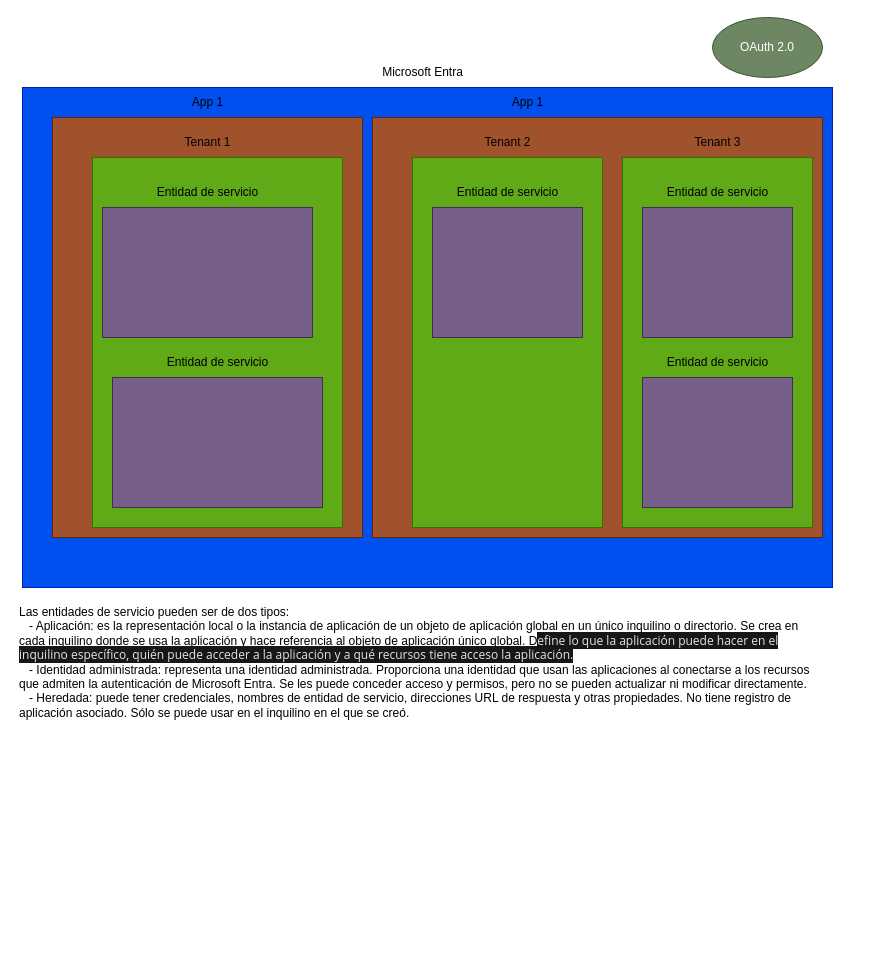
Above: Azure/MicrosoftEntra.drawio in CousiGoico/GraphsAndNotes (draw.io), before the change. Source tidied: cells renumbered, new cells numbered last; positions are measured from the earlier drawing's top-left corner, leaving out a move shared by most shapes. Both pictures are drawn from the tidied source at 100%, with x=0, y=0 at pixel (17, 17).
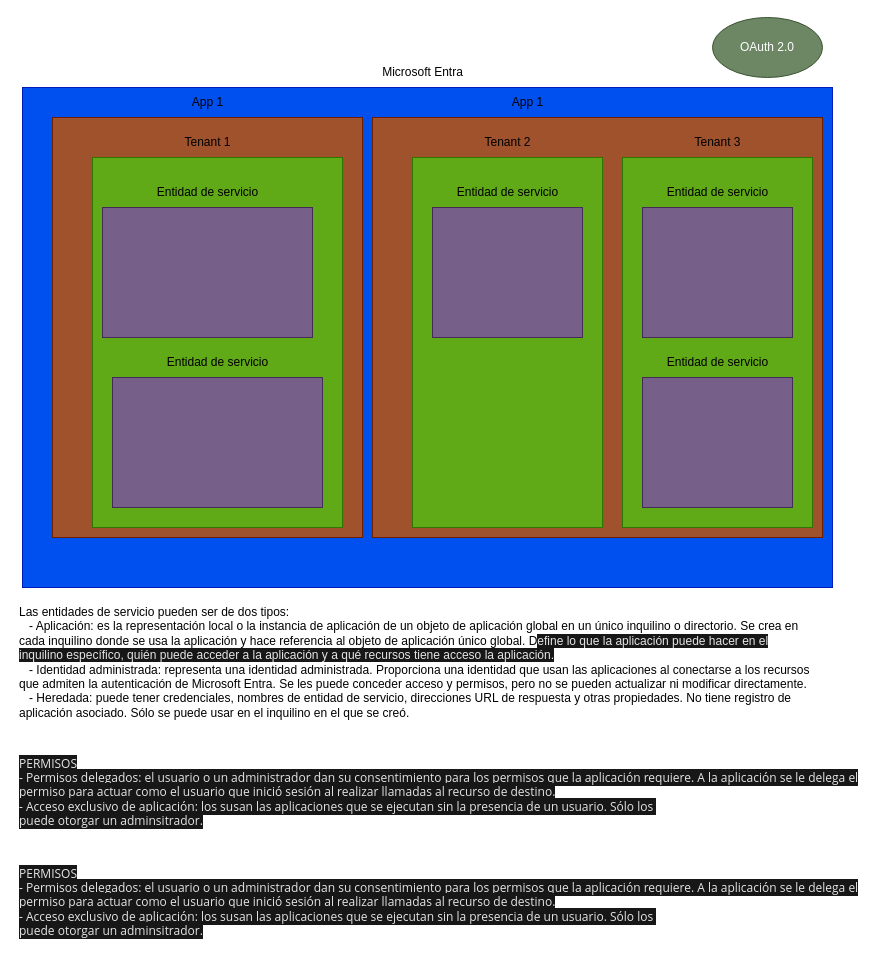
After the change.

What changed in the source:
```diff
@@
-    <mxCell id="4" value="Las entidades de servicio pueden ser de dos tipos:&amp;nbsp;&lt;br&gt;&lt;span style=&quot;background-color: initial;&quot;&gt;&amp;nbsp; &amp;nbsp;- Aplicación: es la representación local o la instancia de aplicación de un objeto de aplicación global en un único inquilino o directorio. Se crea en&amp;nbsp;&lt;/span&gt;&lt;br&gt;&lt;span style=&quot;background-color: initial;&quot;&gt;&lt;span style=&quot;&quot;&gt;cada inquilino donde se usa la aplicación y hace referencia al objeto de aplicación único globa&lt;/span&gt;&lt;font style=&quot;font-size: 12px;&quot;&gt;l. D&lt;/font&gt;&lt;/span&gt;&lt;span style=&quot;color: rgb(230, 230, 230); font-family: &amp;quot;Segoe UI&amp;quot;, SegoeUI, &amp;quot;Helvetica Neue&amp;quot;, Helvetica, Arial, sans-serif; background-color: rgb(23, 23, 23);&quot;&gt;&lt;font style=&quot;font-size: 12px;&quot;&gt;efine lo que la aplicación&amp;nbsp;puede hacer en&amp;nbsp;el &lt;br&gt;inquilino específico, quién puede acceder a la aplicación y a qué recursos tiene acceso la aplicación.&lt;/font&gt;&lt;/span&gt;&lt;br&gt;&lt;span style=&quot;background-color: initial;&quot;&gt;&amp;nbsp; &amp;nbsp;- Identidad administrada: representa una identidad administrada. Proporciona una identidad que usan las aplicaciones al conectarse a los recursos &lt;br&gt;que admiten la autenticación de Microsoft Entra. Se les puede conceder acceso y permisos, pero no se pueden actualizar ni modificar directamente.&lt;/span&gt;&lt;br&gt;&lt;span style=&quot;background-color: initial;&quot;&gt;&amp;nbsp; &amp;nbsp;- Heredada: puede tener credenciales, nombres de entidad de servicio, direcciones URL de respuesta y otras propiedades. No tiene registro de&amp;nbsp;&lt;br&gt;aplicación asociado. Sólo se puede usar en el inquilino en el que se creó.&lt;br&gt;&lt;/span&gt;" style="text;html=1;align=left;verticalAlign=middle;strokeColor=none;fillColor=none;" parent="1" vertex="1">
+    <mxCell id="4" value="Las entidades de servicio pueden ser de dos tipos:&amp;nbsp;&lt;br&gt;&lt;span style=&quot;background-color: initial;&quot;&gt;&amp;nbsp; &amp;nbsp;- Aplicación: es la representación local o la instancia de aplicación de un objeto de aplicación global en un único inquilino o directorio. Se crea en&amp;nbsp;&lt;/span&gt;&lt;br&gt;&lt;span style=&quot;background-color: initial;&quot;&gt;&lt;span style=&quot;&quot;&gt;cada inquilino donde se usa la aplicación y hace referencia al objeto de aplicación único globa&lt;/span&gt;&lt;font style=&quot;font-size: 12px;&quot;&gt;l. D&lt;/font&gt;&lt;/span&gt;&lt;span style=&quot;color: rgb(230, 230, 230); background-color: rgb(23, 23, 23);&quot;&gt;&lt;font style=&quot;font-size: 12px;&quot;&gt;efine lo que la aplicación&amp;nbsp;puede hacer en&amp;nbsp;el &lt;br&gt;inquilino específico, quién puede acceder a la aplicación y a qué recursos tiene acceso la aplicación.&lt;/font&gt;&lt;/span&gt;&lt;br&gt;&lt;span style=&quot;background-color: initial;&quot;&gt;&amp;nbsp; &amp;nbsp;- Identidad administrada: representa una identidad administrada. Proporciona una identidad que usan las aplicaciones al conectarse a los recursos &lt;br&gt;que admiten la autenticación de Microsoft Entra. Se les puede conceder acceso y permisos, pero no se pueden actualizar ni modificar directamente.&lt;/span&gt;&lt;br&gt;&lt;span style=&quot;background-color: initial;&quot;&gt;&amp;nbsp; &amp;nbsp;- Heredada: puede tener credenciales, nombres de entidad de servicio, direcciones URL de respuesta y otras propiedades. No tiene registro de&amp;nbsp;&lt;br&gt;aplicación asociado. Sólo se puede usar en el inquilino en el que se creó.&lt;br&gt;&lt;/span&gt;" style="text;html=1;align=left;verticalAlign=middle;strokeColor=none;fillColor=none;" parent="1" vertex="1">
       <mxGeometry y="580" width="810" height="130" as="geometry" />
     </mxCell>
@@
+    <mxCell id="26" value="&lt;div style=&quot;&quot;&gt;&lt;span style=&quot;box-sizing: inherit; outline-color: inherit; color: rgb(230, 230, 230); font-family: &amp;quot;Segoe UI&amp;quot;, SegoeUI, &amp;quot;Helvetica Neue&amp;quot;, Helvetica, Arial, sans-serif; background-color: rgb(23, 23, 23);&quot;&gt;&lt;font style=&quot;font-size: 12px;&quot;&gt;PERMISOS&lt;/font&gt;&lt;/span&gt;&lt;/div&gt;&lt;div style=&quot;&quot;&gt;&lt;span style=&quot;box-sizing: inherit; outline-color: inherit; color: rgb(230, 230, 230); font-family: &amp;quot;Segoe UI&amp;quot;, SegoeUI, &amp;quot;Helvetica Neue&amp;quot;, Helvetica, Arial, sans-serif; background-color: rgb(23, 23, 23);&quot;&gt;&lt;font style=&quot;font-size: 12px;&quot;&gt;- Permisos delegados: el usuario o un administrador dan su consentimiento para los permisos que la aplicación requiere. A la aplicación se le delega el&lt;/font&gt;&lt;/span&gt;&lt;/div&gt;&lt;div style=&quot;&quot;&gt;&lt;span style=&quot;box-sizing: inherit; outline-color: inherit; color: rgb(230, 230, 230); font-family: &amp;quot;Segoe UI&amp;quot;, SegoeUI, &amp;quot;Helvetica Neue&amp;quot;, Helvetica, Arial, sans-serif; background-color: rgb(23, 23, 23);&quot;&gt;&lt;font style=&quot;font-size: 12px;&quot;&gt;permiso para actuar como el usuario que inició sesión al realizar llamadas al recurso de destino.&lt;/font&gt;&lt;/span&gt;&lt;/div&gt;&lt;div style=&quot;&quot;&gt;&lt;font style=&quot;font-size: 12px;&quot;&gt;&lt;span style=&quot;color: rgb(230, 230, 230); font-family: &amp;quot;Segoe UI&amp;quot;, SegoeUI, &amp;quot;Helvetica Neue&amp;quot;, Helvetica, Arial, sans-serif; background-color: rgb(23, 23, 23);&quot;&gt;- A&lt;/span&gt;&lt;span style=&quot;box-sizing: inherit; outline-color: inherit; color: rgb(230, 230, 230); font-family: &amp;quot;Segoe UI&amp;quot;, SegoeUI, &amp;quot;Helvetica Neue&amp;quot;, Helvetica, Arial, sans-serif; background-color: rgb(23, 23, 23);&quot;&gt;cceso exclusivo de aplicación: los susan las aplicaciones que se ejecutan sin la presencia de un usuario. Sólo los&amp;nbsp;&lt;/span&gt;&lt;/font&gt;&lt;/div&gt;&lt;div style=&quot;&quot;&gt;&lt;span style=&quot;box-sizing: inherit; outline-color: inherit; color: rgb(230, 230, 230); font-family: &amp;quot;Segoe UI&amp;quot;, SegoeUI, &amp;quot;Helvetica Neue&amp;quot;, Helvetica, Arial, sans-serif; background-color: rgb(23, 23, 23);&quot;&gt;&lt;font style=&quot;font-size: 12px;&quot;&gt;puede otorgar un adminsitrador.&lt;/font&gt;&lt;/span&gt;&lt;/div&gt;" style="text;html=1;align=left;verticalAlign=middle;strokeColor=none;fillColor=none;fontSize=12;fontFamily=Helvetica;" parent="1" vertex="1">
+      <mxGeometry y="730" width="820" height="90" as="geometry" />
+    </mxCell>
+    <mxCell id="27" value="&lt;div style=&quot;&quot;&gt;&lt;span style=&quot;box-sizing: inherit; outline-color: inherit; color: rgb(230, 230, 230); font-family: &amp;quot;Segoe UI&amp;quot;, SegoeUI, &amp;quot;Helvetica Neue&amp;quot;, Helvetica, Arial, sans-serif; background-color: rgb(23, 23, 23);&quot;&gt;&lt;font style=&quot;font-size: 12px;&quot;&gt;PERMISOS&lt;/font&gt;&lt;/span&gt;&lt;/div&gt;&lt;div style=&quot;&quot;&gt;&lt;span style=&quot;box-sizing: inherit; outline-color: inherit; color: rgb(230, 230, 230); font-family: &amp;quot;Segoe UI&amp;quot;, SegoeUI, &amp;quot;Helvetica Neue&amp;quot;, Helvetica, Arial, sans-serif; background-color: rgb(23, 23, 23);&quot;&gt;&lt;font style=&quot;font-size: 12px;&quot;&gt;- Permisos delegados: el usuario o un administrador dan su consentimiento para los permisos que la aplicación requiere. A la aplicación se le delega el&lt;/font&gt;&lt;/span&gt;&lt;/div&gt;&lt;div style=&quot;&quot;&gt;&lt;span style=&quot;box-sizing: inherit; outline-color: inherit; color: rgb(230, 230, 230); font-family: &amp;quot;Segoe UI&amp;quot;, SegoeUI, &amp;quot;Helvetica Neue&amp;quot;, Helvetica, Arial, sans-serif; background-color: rgb(23, 23, 23);&quot;&gt;&lt;font style=&quot;font-size: 12px;&quot;&gt;permiso para actuar como el usuario que inició sesión al realizar llamadas al recurso de destino.&lt;/font&gt;&lt;/span&gt;&lt;/div&gt;&lt;div style=&quot;&quot;&gt;&lt;font style=&quot;font-size: 12px;&quot;&gt;&lt;span style=&quot;color: rgb(230, 230, 230); font-family: &amp;quot;Segoe UI&amp;quot;, SegoeUI, &amp;quot;Helvetica Neue&amp;quot;, Helvetica, Arial, sans-serif; background-color: rgb(23, 23, 23);&quot;&gt;- A&lt;/span&gt;&lt;span style=&quot;box-sizing: inherit; outline-color: inherit; color: rgb(230, 230, 230); font-family: &amp;quot;Segoe UI&amp;quot;, SegoeUI, &amp;quot;Helvetica Neue&amp;quot;, Helvetica, Arial, sans-serif; background-color: rgb(23, 23, 23);&quot;&gt;cceso exclusivo de aplicación: los susan las aplicaciones que se ejecutan sin la presencia de un usuario. Sólo los&amp;nbsp;&lt;/span&gt;&lt;/font&gt;&lt;/div&gt;&lt;div style=&quot;&quot;&gt;&lt;span style=&quot;box-sizing: inherit; outline-color: inherit; color: rgb(230, 230, 230); font-family: &amp;quot;Segoe UI&amp;quot;, SegoeUI, &amp;quot;Helvetica Neue&amp;quot;, Helvetica, Arial, sans-serif; background-color: rgb(23, 23, 23);&quot;&gt;&lt;font style=&quot;font-size: 12px;&quot;&gt;puede otorgar un adminsitrador.&lt;/font&gt;&lt;/span&gt;&lt;/div&gt;" style="text;html=1;align=left;verticalAlign=middle;strokeColor=none;fillColor=none;fontSize=12;fontFamily=Helvetica;" parent="1" vertex="1">
+      <mxGeometry y="840" width="820" height="90" as="geometry" />
+    </mxCell>
```
